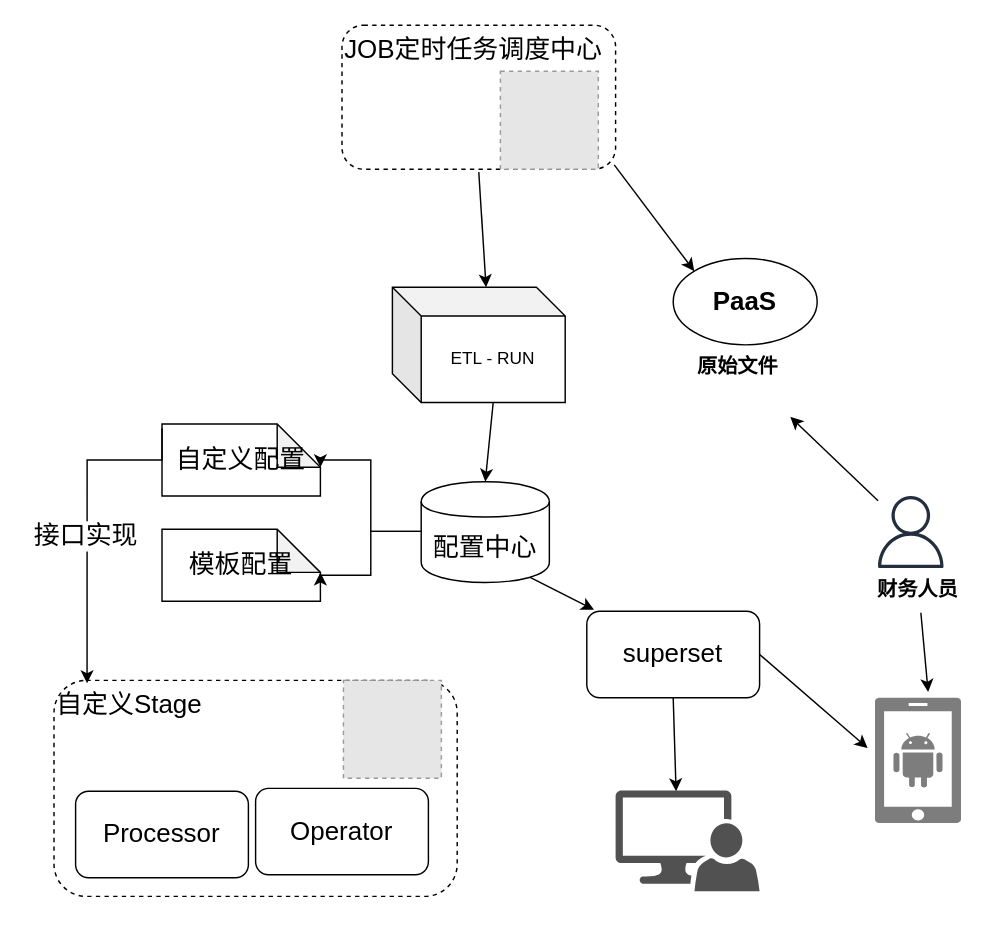
Earlier version of the draw.io diagram Untitled Diagram.drawio (23Evildoer/day7). Source tidied: cells renumbered, new cells numbered last; positions are measured from the earlier drawing's top-left corner, leaving out a move shared by most shapes. Both pictures are drawn from the tidied source at 144%, with x=0, y=0 at pixel (53, 24). Pictures stored in the file or linked from it are replaced by grey dashed boxes.
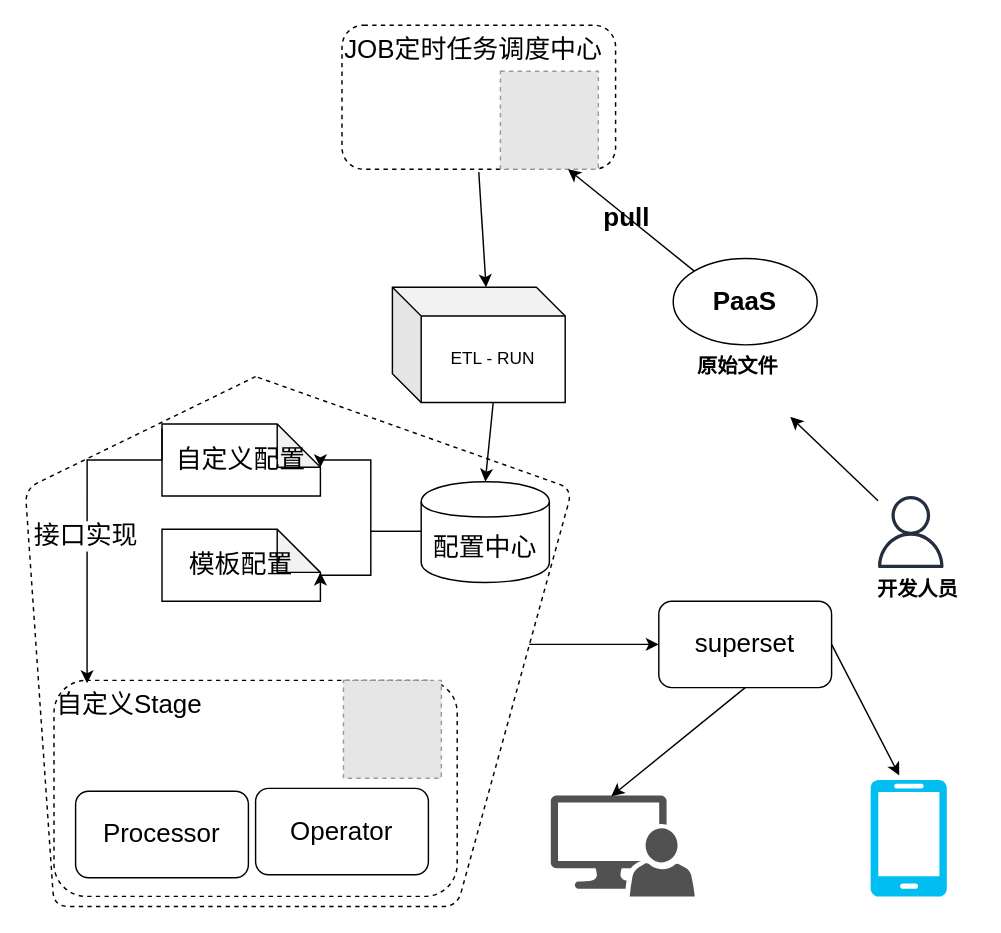
Above is the later version.

Unchanged cells that the change refers to:
```xml
<mxCell id="3" value="&lt;h2&gt;PaaS&lt;/h2&gt;" style="ellipse;whiteSpace=wrap;html=1;" parent="1" vertex="1">
  <mxGeometry x="430" y="162" width="100" height="60" as="geometry" />
</mxCell>
<mxCell id="6" value="JOB定时任务调度中心" style="rounded=1;whiteSpace=wrap;html=1;fontSize=18;dashed=1;align=left;verticalAlign=top;" parent="1" vertex="1">
  <mxGeometry x="200" width="190" height="100" as="geometry" />
</mxCell>
<mxCell id="11" value="配置中心" style="shape=cylinder;whiteSpace=wrap;html=1;boundedLbl=1;backgroundOutline=1;fontSize=18;align=center;" parent="1" vertex="1">
  <mxGeometry x="255" y="317" width="89" height="70" as="geometry" />
</mxCell>
```

Change to the diagram source:
```diff
@@
-    <mxCell id="8" style="endArrow=classic;html=1;exitX=0.995;exitY=0.97;exitDx=0;exitDy=0;exitPerimeter=0;entryX=0;entryY=0;entryDx=0;entryDy=0;" parent="1" edge="1" source="6" target="3">
+    <mxCell id="8" style="endArrow=classic;html=1;exitX=0;exitY=0;exitDx=0;exitDy=0;" parent="1" edge="1" source="3" target="6">
       <mxGeometry relative="1" as="geometry" />
     </mxCell>
@@
-    <mxCell id="23" value="&lt;h3&gt;财务人员&lt;/h3&gt;" style="text;html=1;points=[];align=left;verticalAlign=top;spacingTop=-4;" parent="1" vertex="1">
+    <mxCell id="23" value="&lt;h3&gt;开发人员&lt;/h3&gt;" style="text;html=1;points=[];align=left;verticalAlign=top;spacingTop=-4;" parent="1" vertex="1">
       <mxGeometry x="570" y="367" width="70" height="40" as="geometry" />
     </mxCell>
     <mxCell id="24" value="superset" style="rounded=1;whiteSpace=wrap;html=1;fontSize=18;" parent="1" vertex="1">
-      <mxGeometry x="370" y="407" width="120" height="60" as="geometry" />
+      <mxGeometry x="420" y="400" width="120" height="60" as="geometry" />
     </mxCell>
-    <mxCell id="25" style="endArrow=classic;html=1;entryX=0.042;entryY=-0.017;entryDx=0;entryDy=0;entryPerimeter=0;exitX=0.85;exitY=0.95;exitDx=0;exitDy=0;exitPerimeter=0;" parent="1" edge="1" source="11" target="24">
-      <mxGeometry relative="1" as="geometry" />
+    <mxCell id="25" style="endArrow=classic;html=1;entryX=0;entryY=0.5;entryDx=0;entryDy=0;" parent="1" edge="1" target="24">
+      <mxGeometry relative="1" as="geometry">
+        <mxPoint x="330" y="430" as="sourcePoint" />
+      </mxGeometry>
     </mxCell>
-    <mxCell id="26" style="shadow=0;dashed=0;html=1;strokeColor=none;labelPosition=center;verticalLabelPosition=bottom;verticalAlign=top;align=center;shape=mxgraph.mscae.enterprise.android_phone;fillColor=#7D7D7D;" parent="1" vertex="1">
-      <mxGeometry x="570" y="467" width="60" height="87" as="geometry" />
-    </mxCell>
     <mxCell id="27" style="shadow=0;dashed=0;html=1;labelPosition=center;verticalLabelPosition=bottom;verticalAlign=top;align=center;strokeColor=none;shape=mxgraph.mscae.system_center.admin_console;fillColor=#515151;strokeColor=none;" parent="1" vertex="1">
-      <mxGeometry x="390" y="531.5" width="100" height="70" as="geometry" />
+      <mxGeometry x="345" y="535" width="100" height="70" as="geometry" />
     </mxCell>
@@
-    <mxCell id="29" style="endArrow=classic;html=1;exitX=1;exitY=0.5;exitDx=0;exitDy=0;" parent="1" edge="1" source="24">
-      <mxGeometry relative="1" as="geometry">
-        <mxPoint x="565" y="502" as="targetPoint" />
-      </mxGeometry>
+    <mxCell id="29" style="endArrow=classic;html=1;exitX=1;exitY=0.5;exitDx=0;exitDy=0;entryX=0.377;entryY=-0.037;entryDx=0;entryDy=0;entryPerimeter=0;" parent="1" edge="1" source="24" target="31">
+      <mxGeometry relative="1" as="geometry" />
     </mxCell>
-    <mxCell id="30" style="endArrow=classic;html=1;entryX=0.617;entryY=-0.046;entryDx=0;entryDy=0;entryPerimeter=0;exitX=0.457;exitY=1.025;exitDx=0;exitDy=0;exitPerimeter=0;" parent="1" edge="1" source="23" target="26">
-      <mxGeometry relative="1" as="geometry" />
-    </mxCell>
+    <mxCell id="31" style="verticalLabelPosition=bottom;html=1;verticalAlign=top;align=center;strokeColor=none;fillColor=#00BEF2;shape=mxgraph.azure.mobile;" parent="1" vertex="1">
+      <mxGeometry x="567" y="524" width="53" height="81" as="geometry" />
+    </mxCell>
+    <mxCell id="32" style="endArrow=none;dashed=1;html=1;" parent="1" edge="1">
+      <mxGeometry relative="1" as="geometry">
+        <mxPoint x="140" y="244" as="sourcePoint" />
+        <mxPoint x="140" y="244" as="targetPoint" />
+        <Array as="points">
+          <mxPoint x="-20" y="322" />
+          <mxPoint y="612" />
+          <mxPoint x="280" y="612" />
+          <mxPoint x="360" y="322" />
+        </Array>
+      </mxGeometry>
+    </mxCell>
+    <mxCell id="33" value="&lt;h2&gt;pull&lt;/h2&gt;" style="text;html=1;align=left;verticalAlign=top;spacingTop=-4;" parent="1" vertex="1">
+      <mxGeometry x="380" y="106" width="50" height="50" as="geometry" />
+    </mxCell>
```
